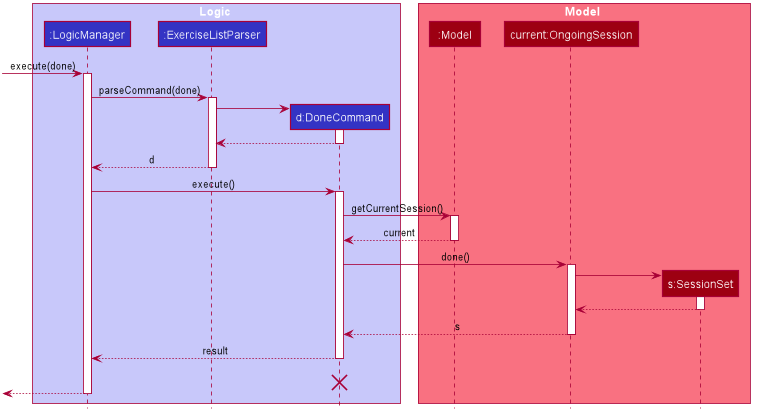
alloystory/cs2103t_zerotoone keeps this PlantUML diagram as images/DoneCommandSequenceDiagram.png. Above is the earlier version. The source it was exported from:
```plantuml
@startuml








skinparam BackgroundColor #FFFFFFF

skinparam Shadowing false

skinparam Class {
    FontColor #FFFFFF
    BorderThickness 1
    BorderColor #FFFFFF
    StereotypeFontColor #FFFFFF
    FontName Arial
}

skinparam Actor {
    BorderColor #000000
    Color #000000
    FontName Arial
}

skinparam Sequence {
    MessageAlign center
    BoxFontSize 15
    BoxPadding 0
    BoxFontColor #FFFFFF
    FontName Arial
}

skinparam Participant {
    FontColor #FFFFFFF
    Padding 20
}

skinparam MinClassWidth 50
skinparam ParticipantPadding 10
skinparam Shadowing false
skinparam DefaultTextAlignment center
skinparam packageStyle Rectangle

hide footbox
hide members
hide circle

box Logic #C8C8FA
participant ":LogicManager" as LogicManager #3333C4
participant ":ExerciseListParser" as ExerciseListParser #3333C4
participant "d:DoneCommand" as DoneCommand #3333C4
end box

box Model #F97181
participant ":Model" as Model #9D0012
participant "current:OngoingSession" as OngoingSession #9D0012
participant "s:SessionSet" as SessionSet #9D0012
end box
[-> LogicManager : execute(done)
activate LogicManager

LogicManager -> ExerciseListParser : parseCommand(done)
activate ExerciseListParser

create DoneCommand
ExerciseListParser -> DoneCommand
activate DoneCommand

DoneCommand --> ExerciseListParser
deactivate DoneCommand

ExerciseListParser --> LogicManager : d
deactivate ExerciseListParser

LogicManager -> DoneCommand : execute()
activate DoneCommand

DoneCommand -> Model : getCurrentSession()
activate Model



Model --> DoneCommand : current
deactivate Model

DoneCommand -> OngoingSession : done()
activate OngoingSession

create SessionSet
OngoingSession -> SessionSet
activate SessionSet
SessionSet --> OngoingSession
deactivate SessionSet

OngoingSession --> DoneCommand : s
deactivate OngoingSession

DoneCommand --> LogicManager : result
deactivate DoneCommand
DoneCommand -[hidden]-> LogicManager : result
destroy DoneCommand

[<--LogicManager
deactivate LogicManager
@enduml
```
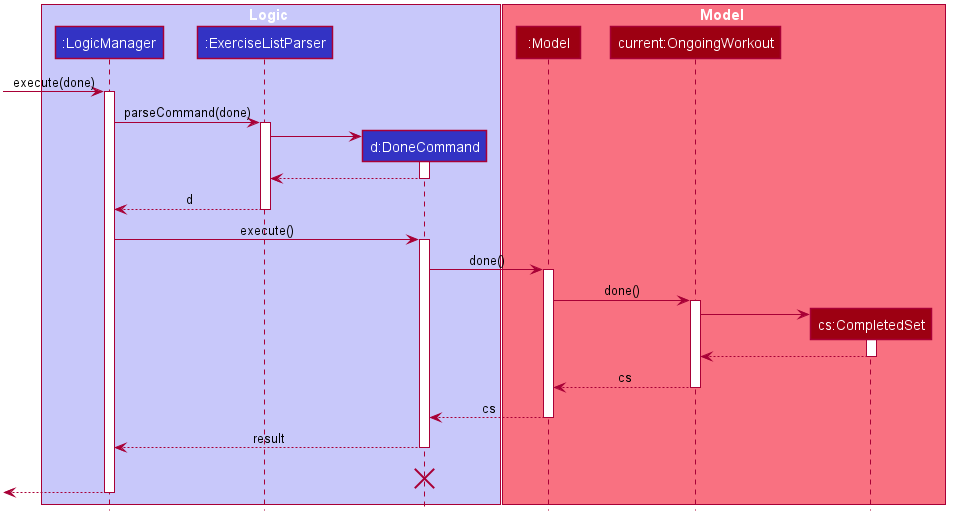
Later version of the same file.

The edit, as a diff of the source:
```diff
@@ -1,4 +1,5 @@
 @startuml
+
 
 
 
@@ -56,8 +57,8 @@
 
 box Model #F97181
 participant ":Model" as Model #9D0012
-participant "current:OngoingSession" as OngoingSession #9D0012
-participant "s:SessionSet" as SessionSet #9D0012
+participant "current:OngoingWorkout" as OngoingWorkout #9D0012
+participant "cs:CompletedSet" as CompletedSet #9D0012
 end box
 [-> LogicManager : execute(done)
 activate LogicManager
@@ -78,25 +79,24 @@
 LogicManager -> DoneCommand : execute()
 activate DoneCommand
 
-DoneCommand -> Model : getCurrentSession()
+DoneCommand -> Model : done()
 activate Model
 
 
+Model -> OngoingWorkout : done()
+activate OngoingWorkout
 
-Model --> DoneCommand : current
+create CompletedSet
+OngoingWorkout -> CompletedSet
+activate CompletedSet
+CompletedSet --> OngoingWorkout
+deactivate CompletedSet
+
+OngoingWorkout --> Model :cs
+deactivate OngoingWorkout
+
+Model --> DoneCommand : cs
 deactivate Model
-
-DoneCommand -> OngoingSession : done()
-activate OngoingSession
-
-create SessionSet
-OngoingSession -> SessionSet
-activate SessionSet
-SessionSet --> OngoingSession
-deactivate SessionSet
-
-OngoingSession --> DoneCommand : s
-deactivate OngoingSession
 
 DoneCommand --> LogicManager : result
 deactivate DoneCommand
```
